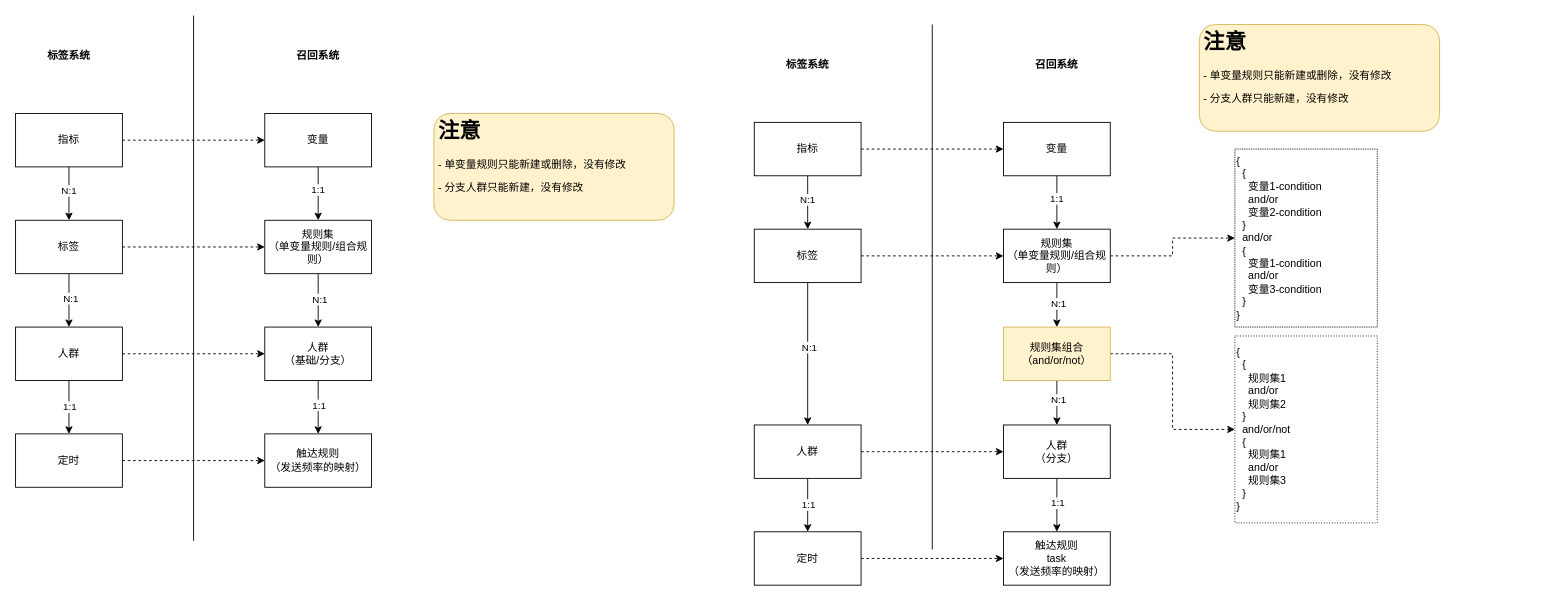
This is page "标签与召回模型关系" (1 of 10) of 运营决策系统设计.drawio from ABIN-DS/flowchart, a draw.io file, before an edit. Source tidied: cells renumbered, new cells numbered last; positions are measured from the earlier drawing's top-left corner, leaving out a move shared by most shapes. Both pictures are drawn from the tidied source at 89%, with x=0, y=0 at pixel (15, 15).
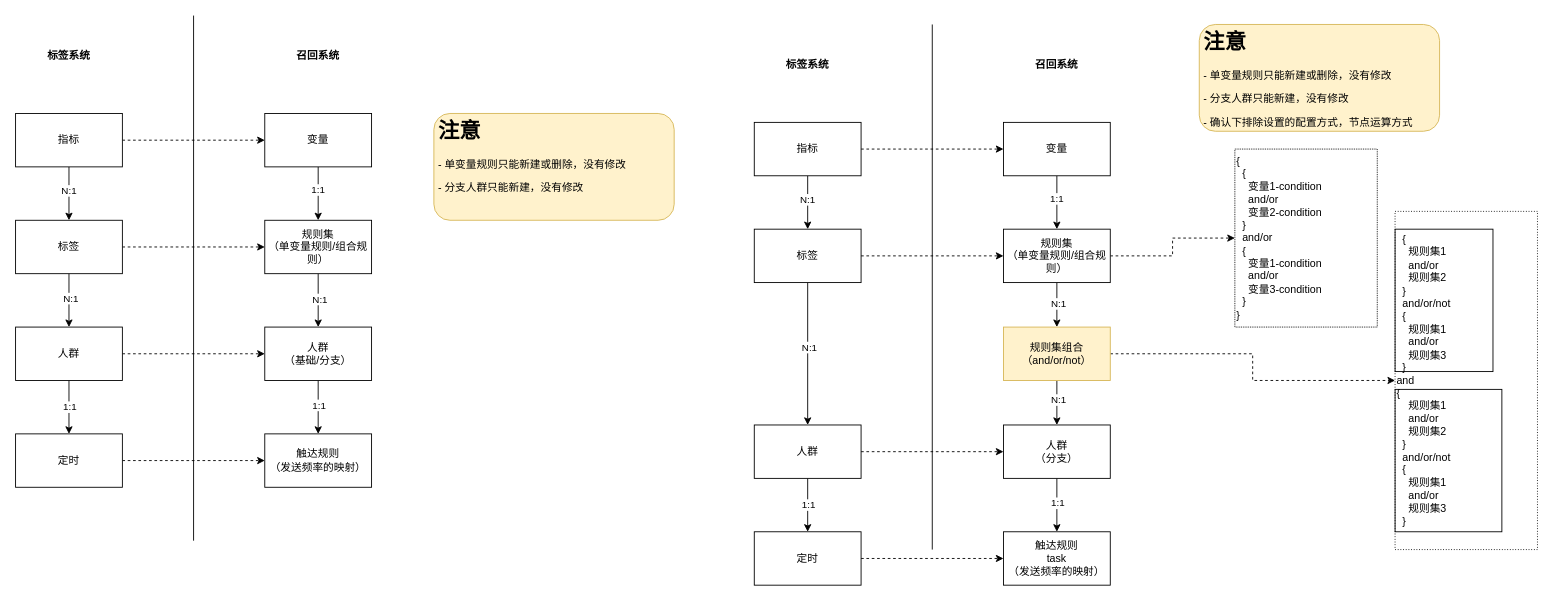
After the change.

Diff of the diagram source:
```diff
@@
+    <mxCell id="65" style="rounded=0;whiteSpace=wrap;html=1;" parent="1" vertex="1">
+      <mxGeometry x="1550" y="420" width="120" height="160" as="geometry" />
+    </mxCell>
+    <mxCell id="66" style="rounded=0;whiteSpace=wrap;html=1;" parent="1" vertex="1">
+      <mxGeometry x="1550" y="240" width="110" height="160" as="geometry" />
+    </mxCell>
@@
-    <mxCell id="55" value="&lt;h1&gt;注意&lt;/h1&gt;&lt;p&gt;- 单变量规则只能新建或删除，没有修改&lt;/p&gt;&lt;p&gt;- 分支人群只能新建，没有修改&lt;/p&gt;" style="text;html=1;strokeColor=#d6b656;fillColor=#fff2cc;spacing=5;spacingTop=-20;whiteSpace=wrap;overflow=hidden;rounded=1;" parent="1" vertex="1">
+    <mxCell id="55" value="&lt;h1&gt;注意&lt;/h1&gt;&lt;p&gt;- 单变量规则只能新建或删除，没有修改&lt;/p&gt;&lt;p&gt;- 分支人群只能新建，没有修改&lt;/p&gt;&lt;p&gt;- 确认下排除设置的配置方式，节点运算方式&lt;/p&gt;" style="text;html=1;strokeColor=#d6b656;fillColor=#fff2cc;spacing=5;spacingTop=-20;whiteSpace=wrap;overflow=hidden;rounded=1;" parent="1" vertex="1">
       <mxGeometry x="1330" y="10" width="270" height="120" as="geometry" />
     </mxCell>
@@
-    <mxCell id="64" value="{&lt;br&gt;&amp;nbsp; {&lt;br&gt;&amp;nbsp; &amp;nbsp; 规则集1&lt;br&gt;&amp;nbsp; &amp;nbsp; and/or&lt;br&gt;&amp;nbsp; &amp;nbsp; 规则集2&lt;br&gt;&amp;nbsp; }&lt;br&gt;&amp;nbsp; and/or/not&lt;br&gt;&amp;nbsp; {&lt;br&gt;&amp;nbsp; &amp;nbsp; 规则集1&lt;br style=&quot;border-color: var(--border-color);&quot;&gt;&amp;nbsp; &amp;nbsp; and/or&lt;br style=&quot;border-color: var(--border-color);&quot;&gt;&amp;nbsp; &amp;nbsp; 规则集3&lt;br&gt;&amp;nbsp; }&lt;br&gt;}" style="text;html=1;strokeColor=default;fillColor=none;align=left;verticalAlign=middle;whiteSpace=wrap;rounded=0;dashed=1;dashPattern=1 2;" parent="1" vertex="1">
-      <mxGeometry x="1370" y="360" width="160" height="210" as="geometry" />
+    <mxCell id="64" value="&amp;nbsp; {&lt;br&gt;&amp;nbsp; &amp;nbsp; 规则集1&lt;br&gt;&amp;nbsp; &amp;nbsp; and/or&lt;br&gt;&amp;nbsp; &amp;nbsp; 规则集2&lt;br&gt;&amp;nbsp; }&lt;br&gt;&amp;nbsp; and/or/not&lt;br&gt;&amp;nbsp; {&lt;br&gt;&amp;nbsp; &amp;nbsp; 规则集1&lt;br style=&quot;border-color: var(--border-color);&quot;&gt;&amp;nbsp; &amp;nbsp; and/or&lt;br style=&quot;border-color: var(--border-color);&quot;&gt;&amp;nbsp; &amp;nbsp; 规则集3&lt;br&gt;&amp;nbsp; }&lt;br&gt;and&lt;br&gt;{&lt;br style=&quot;border-color: var(--border-color);&quot;&gt;&amp;nbsp; &amp;nbsp; 规则集1&lt;br style=&quot;border-color: var(--border-color);&quot;&gt;&amp;nbsp; &amp;nbsp; and/or&lt;br style=&quot;border-color: var(--border-color);&quot;&gt;&amp;nbsp; &amp;nbsp; 规则集2&lt;br style=&quot;border-color: var(--border-color);&quot;&gt;&amp;nbsp; }&lt;br style=&quot;border-color: var(--border-color);&quot;&gt;&amp;nbsp; and/or/not&lt;br style=&quot;border-color: var(--border-color);&quot;&gt;&amp;nbsp; {&lt;br style=&quot;border-color: var(--border-color);&quot;&gt;&amp;nbsp; &amp;nbsp; 规则集1&lt;br style=&quot;border-color: var(--border-color);&quot;&gt;&amp;nbsp; &amp;nbsp; and/or&lt;br style=&quot;border-color: var(--border-color);&quot;&gt;&amp;nbsp; &amp;nbsp; 规则集3&lt;br style=&quot;border-color: var(--border-color);&quot;&gt;&amp;nbsp; }" style="text;html=1;strokeColor=default;fillColor=none;align=left;verticalAlign=middle;whiteSpace=wrap;rounded=0;dashed=1;dashPattern=1 2;" parent="1" vertex="1">
+      <mxGeometry x="1550" y="220" width="160" height="380" as="geometry" />
     </mxCell>
```
